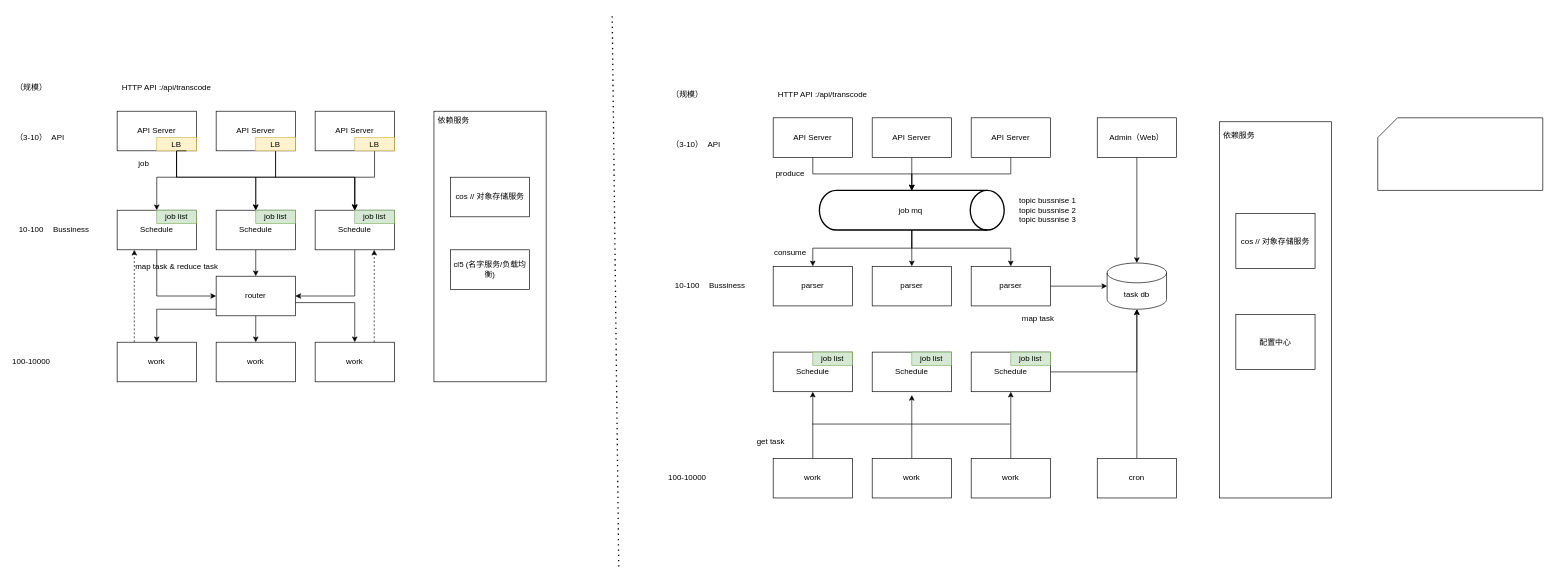
Before: 转码系统.drawio in yohaohge/design, a draw.io diagram. Source tidied: cells renumbered, new cells numbered last; positions are measured from the earlier drawing's top-left corner, leaving out a move shared by most shapes. Both pictures are drawn from the tidied source at 66%, with x=0, y=0 at pixel (11, 12).
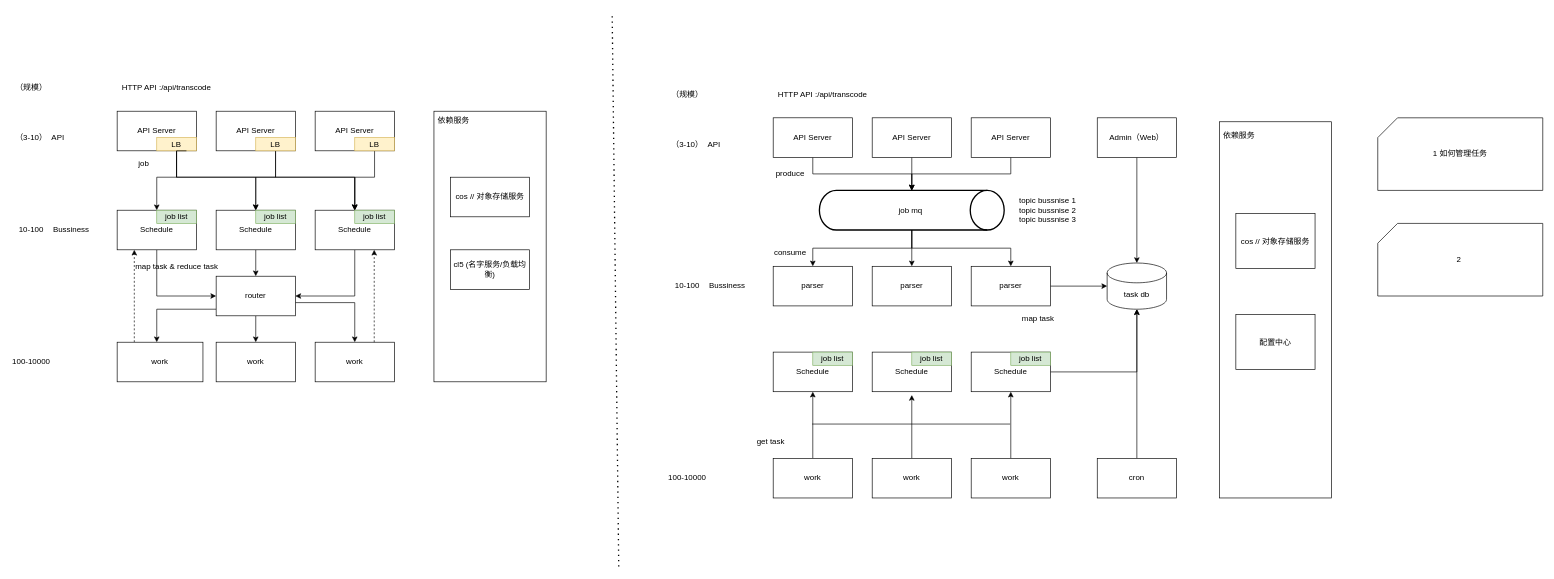
The same page after the edit.

Commit message:
更新转码系统.drawio

Change to the diagram source:
```diff
@@
     <mxCell id="24" value="work" style="rounded=0;whiteSpace=wrap;html=1;" parent="1" vertex="1">
-      <mxGeometry x="160" y="500" width="120" height="60" as="geometry" />
+      <mxGeometry x="160" y="500" width="130" height="60" as="geometry" />
     </mxCell>
@@
-    <mxCell id="95" style="shape=card;whiteSpace=wrap;html=1;" parent="1" vertex="1">
+    <mxCell id="95" value="1 如何管理任务" style="shape=card;whiteSpace=wrap;html=1;" parent="1" vertex="1">
       <mxGeometry x="2070" y="160" width="250" height="110" as="geometry" />
     </mxCell>
@@
+    <mxCell id="98" value="2&amp;nbsp;" style="shape=card;whiteSpace=wrap;html=1;" parent="1" vertex="1">
+      <mxGeometry x="2070" y="320" width="250" height="110" as="geometry" />
+    </mxCell>
```
